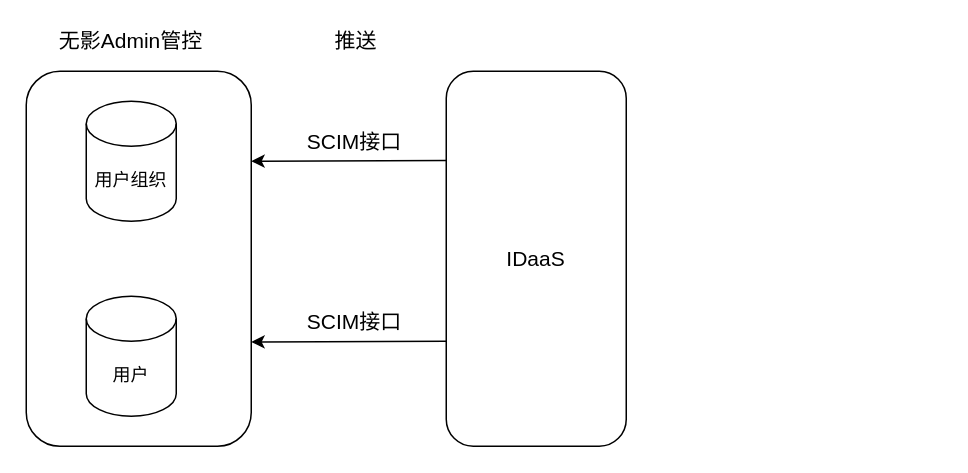
The draw.io diagram idaas_data_sync.drawio in chenkangzeng/appstreaming, before the edit. Source tidied: cells renumbered, new cells numbered last; positions are measured from the earlier drawing's top-left corner, leaving out a move shared by most shapes. Both pictures are drawn from the tidied source at 150%, with x=0, y=0 at pixel (26, 26).
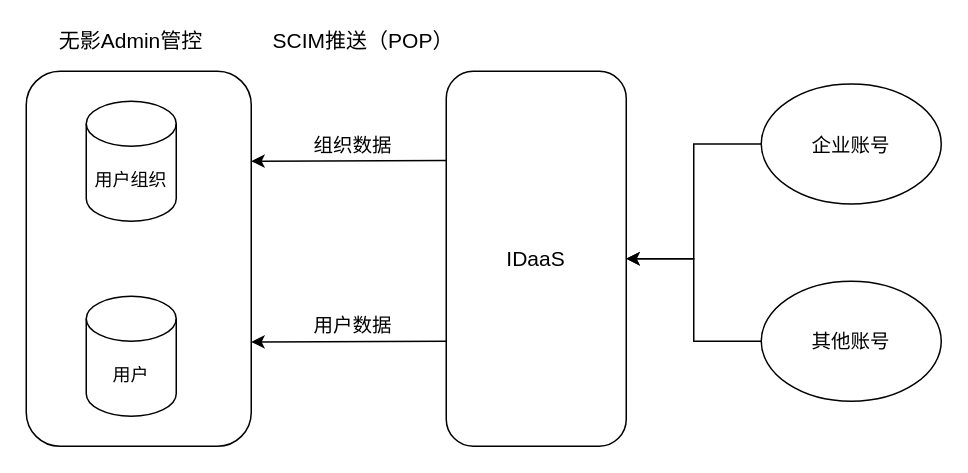
Above is the later version.

Diff of the diagram source:
```diff
@@
 <mxGraphModel>
   <root>
     <mxCell id="0" />
     <mxCell id="1" parent="0" />
     <mxCell id="2" style="rounded=1;whiteSpace=wrap;html=1;" parent="1" vertex="1">
       <mxGeometry y="30" width="150" height="250" as="geometry" />
     </mxCell>
     <mxCell id="3" value="用户组织" style="shape=cylinder3;whiteSpace=wrap;html=1;boundedLbl=1;backgroundOutline=1;size=15;" parent="1" vertex="1">
       <mxGeometry x="40" y="50" width="60" height="80" as="geometry" />
     </mxCell>
     <mxCell id="4" value="用户" style="shape=cylinder3;whiteSpace=wrap;html=1;boundedLbl=1;backgroundOutline=1;size=15;" parent="1" vertex="1">
       <mxGeometry x="40" y="180" width="60" height="80" as="geometry" />
     </mxCell>
     <mxCell id="5" value="无影Admin管控" style="text;html=1;strokeColor=none;fillColor=none;align=center;verticalAlign=middle;whiteSpace=wrap;rounded=0;fontSize=14;" parent="1" vertex="1">
       <mxGeometry x="20" width="100" height="20" as="geometry" />
     </mxCell>
     <mxCell id="6" value="IDaaS" style="rounded=1;whiteSpace=wrap;html=1;fontSize=14;" parent="1" vertex="1">
       <mxGeometry x="280" y="30" width="120" height="250" as="geometry" />
     </mxCell>
     <mxCell id="7" style="endArrow=classic;html=1;fontSize=14;" parent="1" edge="1">
       <mxGeometry relative="1" as="geometry">
         <mxPoint x="280" y="89.5" as="sourcePoint" />
         <mxPoint x="150" y="90" as="targetPoint" />
       </mxGeometry>
     </mxCell>
     <mxCell id="8" style="endArrow=classic;html=1;fontSize=14;" parent="1" edge="1">
       <mxGeometry relative="1" as="geometry">
         <mxPoint x="280" y="210" as="sourcePoint" />
         <mxPoint x="150" y="210.5" as="targetPoint" />
       </mxGeometry>
     </mxCell>
-    <mxCell id="9" value="推送" style="text;html=1;strokeColor=none;fillColor=none;align=center;verticalAlign=middle;whiteSpace=wrap;rounded=0;fontSize=14;" parent="1" vertex="1">
-      <mxGeometry x="200" width="40" height="20" as="geometry" />
+    <mxCell id="9" value="SCIM推送（POP）" style="text;html=1;strokeColor=none;fillColor=none;align=center;verticalAlign=middle;whiteSpace=wrap;rounded=0;fontSize=14;" parent="1" vertex="1">
+      <mxGeometry x="160" width="130" height="20" as="geometry" />
     </mxCell>
-    <mxCell id="10" value="SCIM接口" style="text;html=1;strokeColor=none;fillColor=none;align=center;verticalAlign=middle;whiteSpace=wrap;rounded=0;fontSize=14;" parent="1" vertex="1">
-      <mxGeometry x="184" y="67" width="70" height="20" as="geometry" />
+    <mxCell id="10" value="组织数据" style="text;html=1;strokeColor=none;fillColor=none;align=center;verticalAlign=middle;whiteSpace=wrap;rounded=0;fontSize=13;" parent="1" vertex="1">
+      <mxGeometry x="170" y="60" width="96" height="37" as="geometry" />
     </mxCell>
-    <mxCell id="11" value="SCIM接口" style="text;html=1;strokeColor=none;fillColor=none;align=center;verticalAlign=middle;whiteSpace=wrap;rounded=0;fontSize=14;" parent="1" vertex="1">
-      <mxGeometry x="184" y="187" width="70" height="20" as="geometry" />
-    </mxCell>
+    <mxCell id="12" value="用户数据" style="text;html=1;strokeColor=none;fillColor=none;align=center;verticalAlign=middle;whiteSpace=wrap;rounded=0;fontSize=13;" parent="1" vertex="1">
+      <mxGeometry x="170" y="180" width="96" height="37" as="geometry" />
+    </mxCell>
+    <mxCell id="13" style="edgeStyle=orthogonalEdgeStyle;rounded=0;jettySize=auto;html=1;fontSize=13;" parent="1" edge="1" source="14" target="6">
+      <mxGeometry relative="1" as="geometry" />
+    </mxCell>
+    <mxCell id="14" value="企业账号" style="ellipse;whiteSpace=wrap;html=1;fontSize=13;" parent="1" vertex="1">
+      <mxGeometry x="490" y="38.5" width="120" height="80" as="geometry" />
+    </mxCell>
+    <mxCell id="15" style="edgeStyle=orthogonalEdgeStyle;rounded=0;jettySize=auto;html=1;fontSize=13;" parent="1" edge="1" source="16" target="6">
+      <mxGeometry relative="1" as="geometry" />
+    </mxCell>
+    <mxCell id="16" value="其他账号" style="ellipse;whiteSpace=wrap;html=1;fontSize=13;" parent="1" vertex="1">
+      <mxGeometry x="490" y="170" width="120" height="80" as="geometry" />
+    </mxCell>
   </root>
 </mxGraphModel>
```
